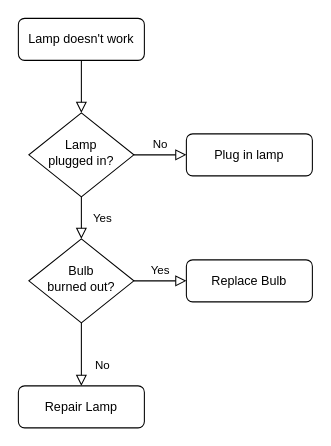
David-hub-utn/Proceso-de-transformaci-n-de-SAP keeps this draw.io diagram as SAP-Transformador_Contraloria_Historico/Main.drawio. Above is the earlier version. Source tidied: cells renumbered, new cells numbered last; positions are measured from the earlier drawing's top-left corner, leaving out a move shared by most shapes. Both pictures are drawn from the tidied source at 105%, with x=0, y=0 at pixel (18, 18).
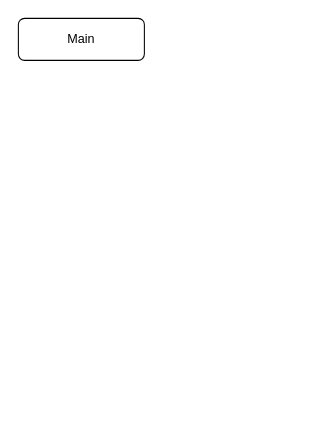
Above is the later version.

What changed in the source:
```diff
@@
 <mxGraphModel>
   <root>
     <mxCell id="0" />
     <mxCell id="1" parent="0" />
-    <mxCell id="2" style="rounded=0;html=1;jettySize=auto;fontSize=11;endArrow=block;endFill=0;endSize=8;strokeWidth=1;shadow=0;labelBackgroundColor=none;edgeStyle=orthogonalEdgeStyle;" parent="1" edge="1" source="3" target="6">
-      <mxGeometry relative="1" as="geometry" />
-    </mxCell>
-    <mxCell id="3" value="Lamp doesn't work" style="rounded=1;whiteSpace=wrap;html=1;fontSize=12;glass=0;strokeWidth=1;shadow=0;" parent="1" vertex="1">
+    <mxCell id="3" value="Main" style="rounded=1;whiteSpace=wrap;html=1;fontSize=12;glass=0;strokeWidth=1;shadow=0;" parent="1" vertex="1">
       <mxGeometry width="120" height="40" as="geometry" />
     </mxCell>
-    <mxCell id="4" value="Yes" style="rounded=0;html=1;jettySize=auto;fontSize=11;endArrow=block;endFill=0;endSize=8;strokeWidth=1;shadow=0;labelBackgroundColor=none;edgeStyle=orthogonalEdgeStyle;" parent="1" edge="1" source="6" target="10">
-      <mxGeometry y="20" relative="1" as="geometry" />
-    </mxCell>
-    <mxCell id="5" value="No" style="edgeStyle=orthogonalEdgeStyle;rounded=0;html=1;jettySize=auto;fontSize=11;endArrow=block;endFill=0;endSize=8;strokeWidth=1;shadow=0;labelBackgroundColor=none;" parent="1" edge="1" source="6" target="7">
-      <mxGeometry y="10" relative="1" as="geometry" />
-    </mxCell>
-    <mxCell id="6" value="Lamp&lt;br&gt;plugged in?" style="rhombus;whiteSpace=wrap;html=1;shadow=0;fontFamily=Helvetica;fontSize=12;align=center;strokeWidth=1;spacing=6;spacingTop=-4;" parent="1" vertex="1">
-      <mxGeometry x="10" y="90" width="100" height="80" as="geometry" />
-    </mxCell>
-    <mxCell id="7" value="Plug in lamp" style="rounded=1;whiteSpace=wrap;html=1;fontSize=12;glass=0;strokeWidth=1;shadow=0;" parent="1" vertex="1">
-      <mxGeometry x="160" y="110" width="120" height="40" as="geometry" />
-    </mxCell>
-    <mxCell id="8" value="No" style="rounded=0;html=1;jettySize=auto;fontSize=11;endArrow=block;endFill=0;endSize=8;strokeWidth=1;shadow=0;labelBackgroundColor=none;edgeStyle=orthogonalEdgeStyle;" parent="1" edge="1" source="10" target="11">
-      <mxGeometry x="0.33" y="20" relative="1" as="geometry" />
-    </mxCell>
-    <mxCell id="9" value="Yes" style="edgeStyle=orthogonalEdgeStyle;rounded=0;html=1;jettySize=auto;fontSize=11;endArrow=block;endFill=0;endSize=8;strokeWidth=1;shadow=0;labelBackgroundColor=none;" parent="1" edge="1" source="10" target="12">
-      <mxGeometry y="10" relative="1" as="geometry" />
-    </mxCell>
-    <mxCell id="10" value="Bulb&lt;br&gt;burned out?" style="rhombus;whiteSpace=wrap;html=1;shadow=0;fontFamily=Helvetica;fontSize=12;align=center;strokeWidth=1;spacing=6;spacingTop=-4;" parent="1" vertex="1">
-      <mxGeometry x="10" y="210" width="100" height="80" as="geometry" />
-    </mxCell>
-    <mxCell id="11" value="Repair Lamp" style="rounded=1;whiteSpace=wrap;html=1;fontSize=12;glass=0;strokeWidth=1;shadow=0;" parent="1" vertex="1">
-      <mxGeometry y="350" width="120" height="40" as="geometry" />
-    </mxCell>
-    <mxCell id="12" value="Replace Bulb" style="rounded=1;whiteSpace=wrap;html=1;fontSize=12;glass=0;strokeWidth=1;shadow=0;" parent="1" vertex="1">
-      <mxGeometry x="160" y="230" width="120" height="40" as="geometry" />
-    </mxCell>
   </root>
 </mxGraphModel>
```
